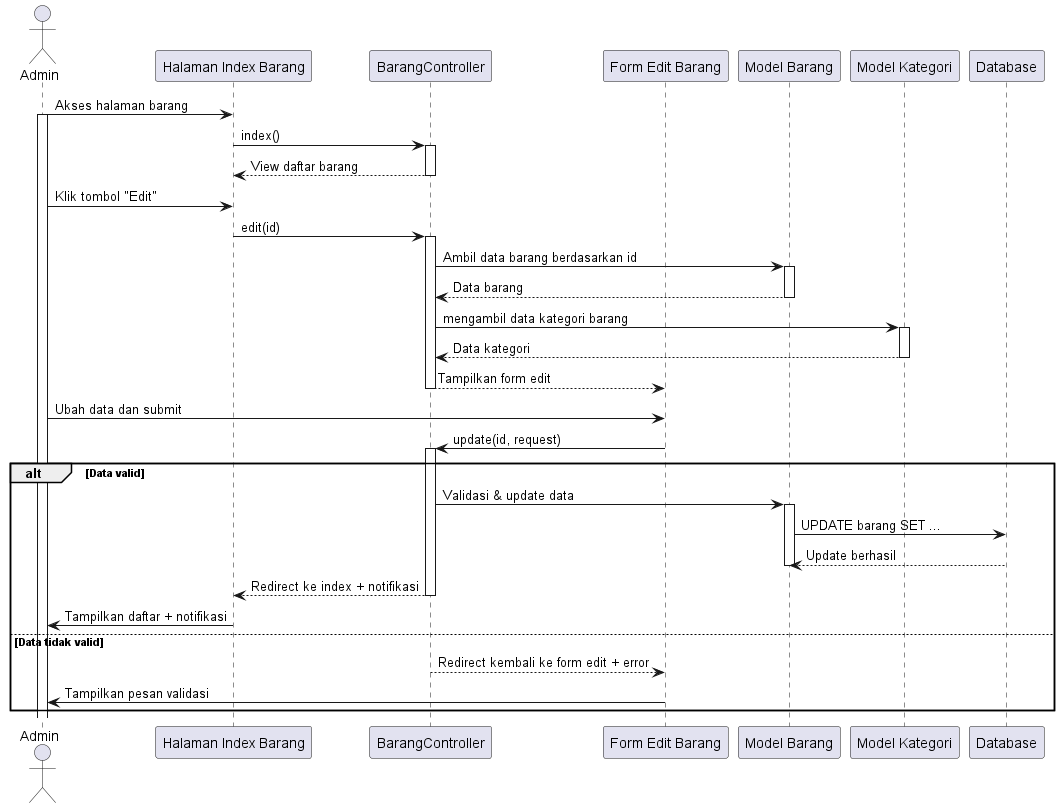
tengahcang/UML_TA keeps this PlantUML diagram as out/sequence diagram/barang/mengedit_barang/mengedit_barang.png. Above is the earlier version.
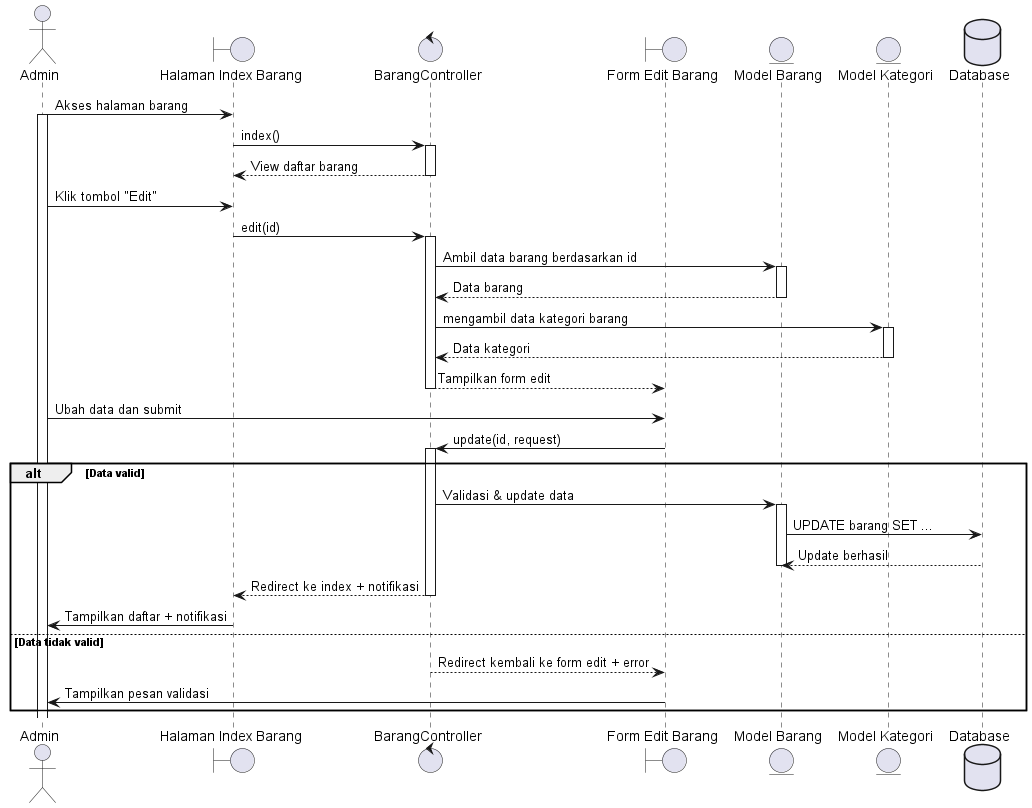
After the change.

The edit, as a diff of the source:
```diff
@@ -1,12 +1,12 @@
 @startuml
 actor Admin
 
-participant "Halaman Index Barang" as BarangIndex
-participant "BarangController" as BarangController
-participant "Form Edit Barang" as BarangForm
-participant "Model Barang" as BarangModel
-participant "Model Kategori" as KategoriModel
-participant "Database" as DB
+boundary "Halaman Index Barang" as BarangIndex
+control "BarangController" as BarangController
+boundary "Form Edit Barang" as BarangForm
+entity "Model Barang" as BarangModel
+entity "Model Kategori" as KategoriModel
+database "Database" as DB
 
 Admin -> BarangIndex: Akses halaman barang
 activate Admin
```
